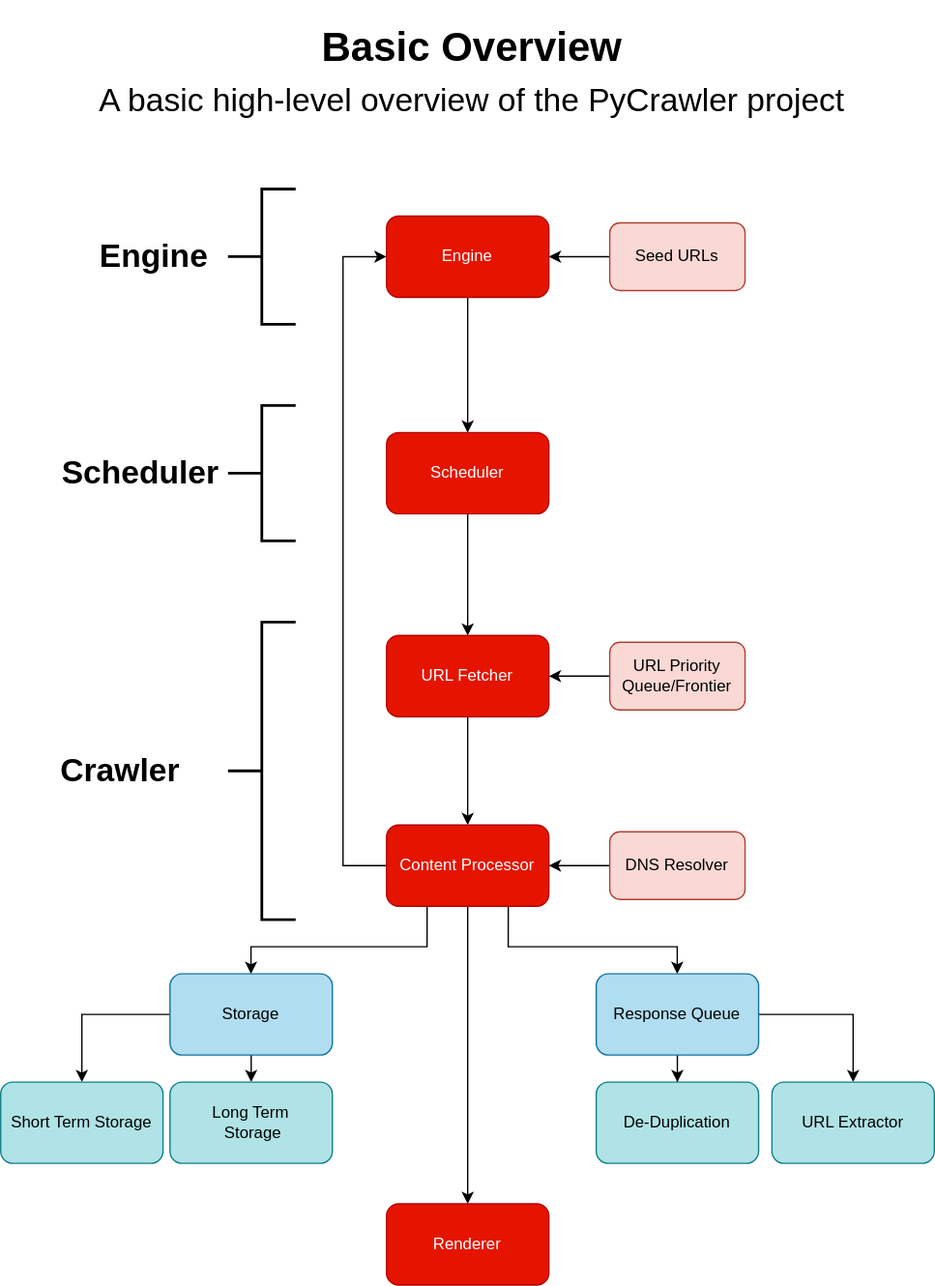
The draw.io diagram SystemDesign.drawio.svg in techapostle/PyCrawler, before a commit. Source tidied: cells renumbered, new cells last; positions are measured from the earlier drawing's top-left corner, leaving out a move shared by most shapes.
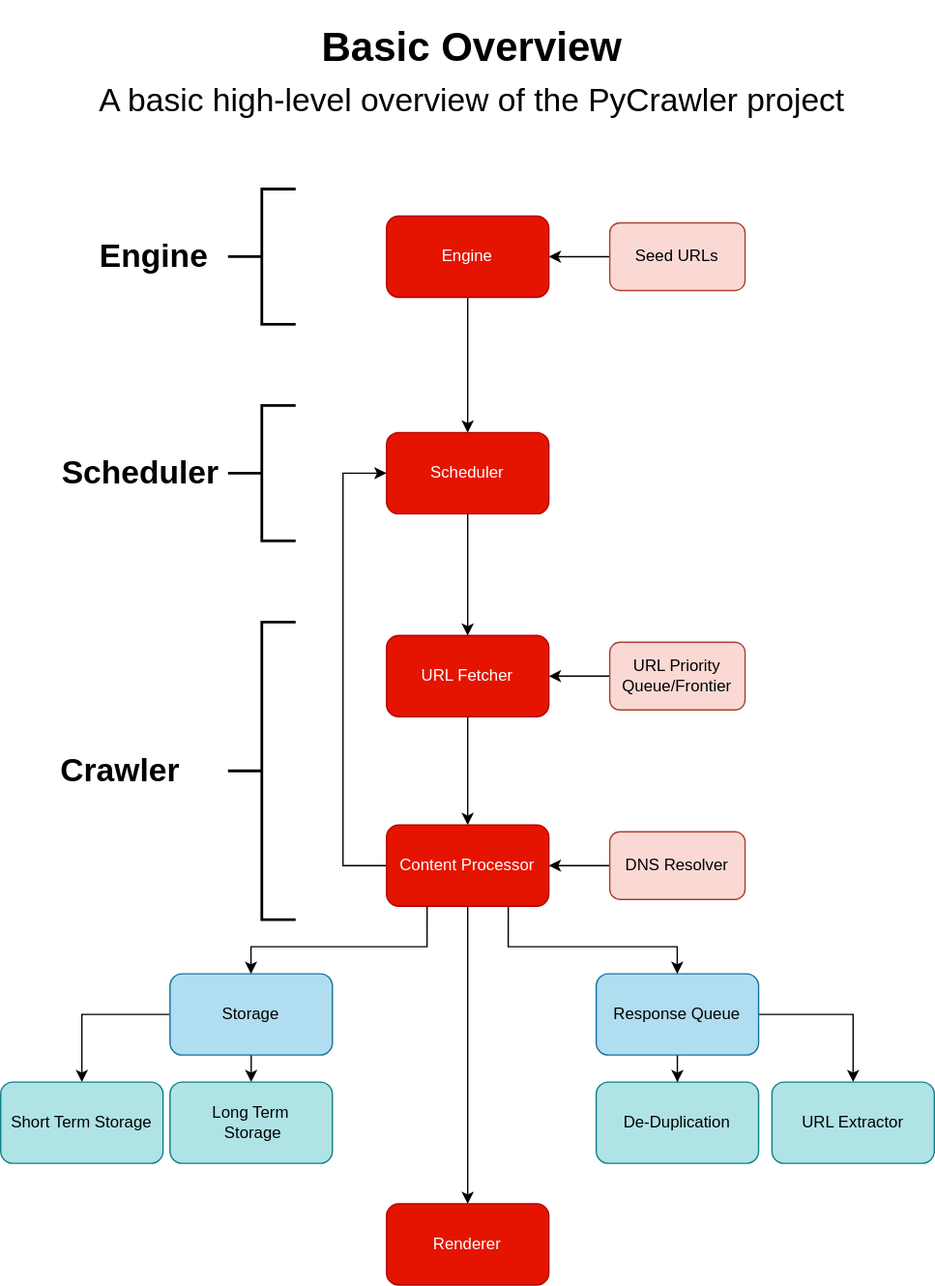
Later version of the same file.

The edit, as a diff of the source:
```diff
@@ -37,11 +37,11 @@
     <mxCell id="11" style="edgeStyle=orthogonalEdgeStyle;rounded=0;jettySize=auto;html=1;exitX=0.5;exitY=1;exitDx=0;exitDy=0;" parent="1" edge="1" source="13" target="28">
       <mxGeometry relative="1" as="geometry" />
     </mxCell>
-    <mxCell id="12" style="edgeStyle=orthogonalEdgeStyle;rounded=0;jettySize=auto;html=1;entryX=0;entryY=0.5;entryDx=0;entryDy=0;" parent="1" edge="1" source="13" target="30">
+    <mxCell id="12" style="edgeStyle=orthogonalEdgeStyle;rounded=0;jettySize=auto;html=1;entryX=0;entryY=0.5;entryDx=0;entryDy=0;" parent="1" edge="1" source="13" target="9">
       <mxGeometry relative="1" as="geometry">
         <Array as="points">
           <mxPoint x="253" y="630" />
-          <mxPoint x="253" y="180" />
+          <mxPoint x="253" y="340" />
         </Array>
       </mxGeometry>
     </mxCell>
```
